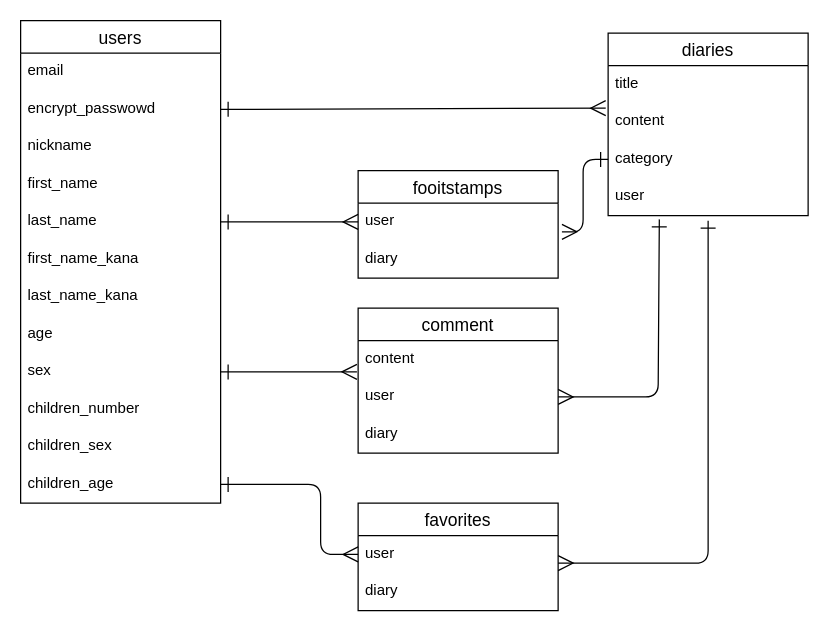
Earlier version of the draw.io diagram config/kodomo.dio (kkmasayan/kodomo). Source tidied: cells renumbered, new cells numbered last; positions are measured from the earlier drawing's top-left corner, leaving out a move shared by most shapes. Both pictures are drawn from the tidied source at 125%, with x=0, y=0 at pixel (20, 20).
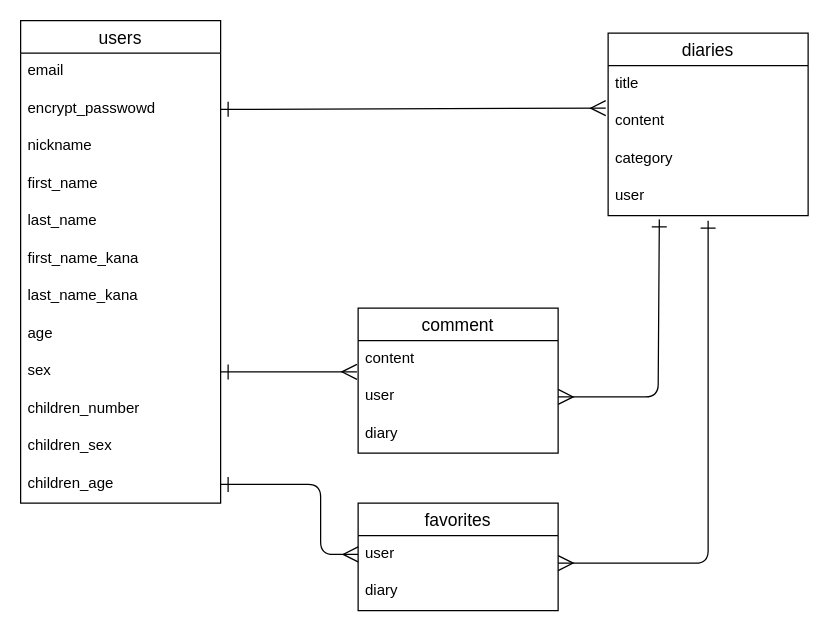
After the change.

The change refers to these unchanged cells:
```xml
<mxCell id="7" value="last_name" style="text;strokeColor=none;fillColor=none;spacingLeft=4;spacingRight=4;overflow=hidden;points=[[0,0.5],[1,0.5]];portConstraint=eastwest;fontSize=12;" parent="2" vertex="1">
  <mxGeometry y="146" width="160" height="30" as="geometry" />
</mxCell>
<mxCell id="19" value="category" style="text;strokeColor=none;fillColor=none;spacingLeft=4;spacingRight=4;overflow=hidden;points=[[0,0.5],[1,0.5]];portConstraint=eastwest;fontSize=12;" parent="16" vertex="1">
  <mxGeometry y="86" width="160" height="30" as="geometry" />
</mxCell>
```

What changed in the source:
```diff
@@
-    <mxCell id="28" value="fooitstamps" style="swimlane;fontStyle=0;horizontal=1;startSize=26;align=center;fontSize=14;" parent="1" vertex="1">
-      <mxGeometry x="270" y="120" width="160" height="86" as="geometry" />
-    </mxCell>
-    <mxCell id="29" value="user" style="text;strokeColor=none;fillColor=none;spacingLeft=4;spacingRight=4;overflow=hidden;points=[[0,0.5],[1,0.5]];portConstraint=eastwest;fontSize=12;" parent="28" vertex="1">
-      <mxGeometry y="26" width="160" height="30" as="geometry" />
-    </mxCell>
-    <mxCell id="30" value="diary" style="text;strokeColor=none;fillColor=none;spacingLeft=4;spacingRight=4;overflow=hidden;fontSize=12;" parent="28" vertex="1">
-      <mxGeometry y="56" width="160" height="30" as="geometry" />
-    </mxCell>
@@
-    <mxCell id="32" style="edgeStyle=none;html=1;exitX=1;exitY=0.5;exitDx=0;exitDy=0;entryX=0;entryY=0.5;entryDx=0;entryDy=0;startArrow=ERone;startFill=0;endArrow=ERmany;endFill=0;startSize=10;endSize=10;" parent="1" edge="1" source="7" target="29">
-      <mxGeometry relative="1" as="geometry" />
-    </mxCell>
@@
-    <mxCell id="36" style="edgeStyle=none;html=1;exitX=0;exitY=0.5;exitDx=0;exitDy=0;entryX=1.019;entryY=0.767;entryDx=0;entryDy=0;entryPerimeter=0;startArrow=ERone;startFill=0;endArrow=ERmany;endFill=0;startSize=10;endSize=10;" parent="1" edge="1" source="19" target="29">
-      <mxGeometry relative="1" as="geometry">
-        <Array as="points">
-          <mxPoint x="450" y="111" />
-          <mxPoint x="450" y="169" />
-        </Array>
-      </mxGeometry>
-    </mxCell>
```
